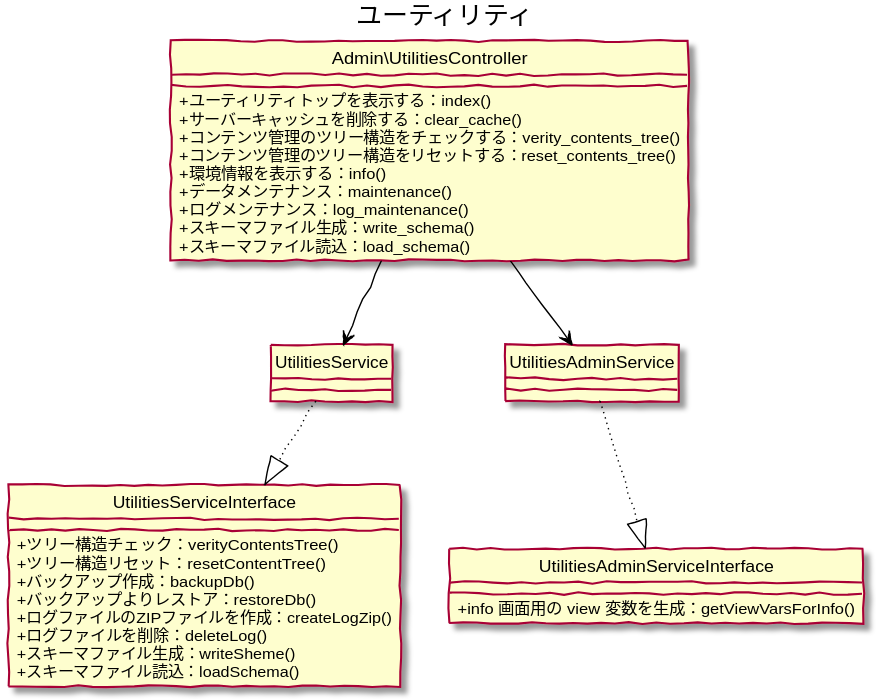
Above: 5/ucmitz/svg/class/manage_utilities.svg in baserproject/baserproject.github.io (PlantUML), before the change. Its source is kept beside it as src/puml/5/ucmitz/svg/class/manage_utilities.puml. The source it was exported from:
```plantuml
@startuml
skinparam handwritten true
skinparam backgroundColor white
hide circle
skinparam classAttributeIconSize 0

title ユーティリティ

class Admin\UtilitiesController {
	+ ユーティリティトップを表示する：index()
	+ サーバーキャッシュを削除する：clear_cache()
	+ コンテンツ管理のツリー構造をチェックする：verity_contents_tree()
	+ コンテンツ管理のツリー構造をリセットする：reset_contents_tree()
	+ 環境情報を表示する：info()
	+ データメンテナンス：maintenance()
	+ ログメンテナンス：log_maintenance()
	+ スキーマファイル生成：write_schema()
	+ スキーマファイル読込：load_schema()
}

class UtilitiesService {
}

class UtilitiesServiceInterface {
	+ ツリー構造チェック：verityContentsTree()
	+ ツリー構造リセット：resetContentTree()
	+ バックアップ作成：backupDb()
	+ バックアップよりレストア：restoreDb()
	+ ログファイルのZIPファイルを作成：createLogZip()
	+ ログファイルを削除：deleteLog()
	+ スキーマファイル生成：writeSheme()
	+ スキーマファイル読込：loadSchema()
}

class UtilitiesAdminService {
}

class UtilitiesAdminServiceInterface {
	+ info 画面用の view 変数を生成：getViewVarsForInfo()
}

Admin\UtilitiesController -down[#Black]-> UtilitiesService
Admin\UtilitiesController -down[#Black]-> UtilitiesAdminService
UtilitiesService -down[dotted,#Black]-|> UtilitiesServiceInterface
UtilitiesAdminService -down[dotted,#Black]-|> UtilitiesAdminServiceInterface

@enduml
```
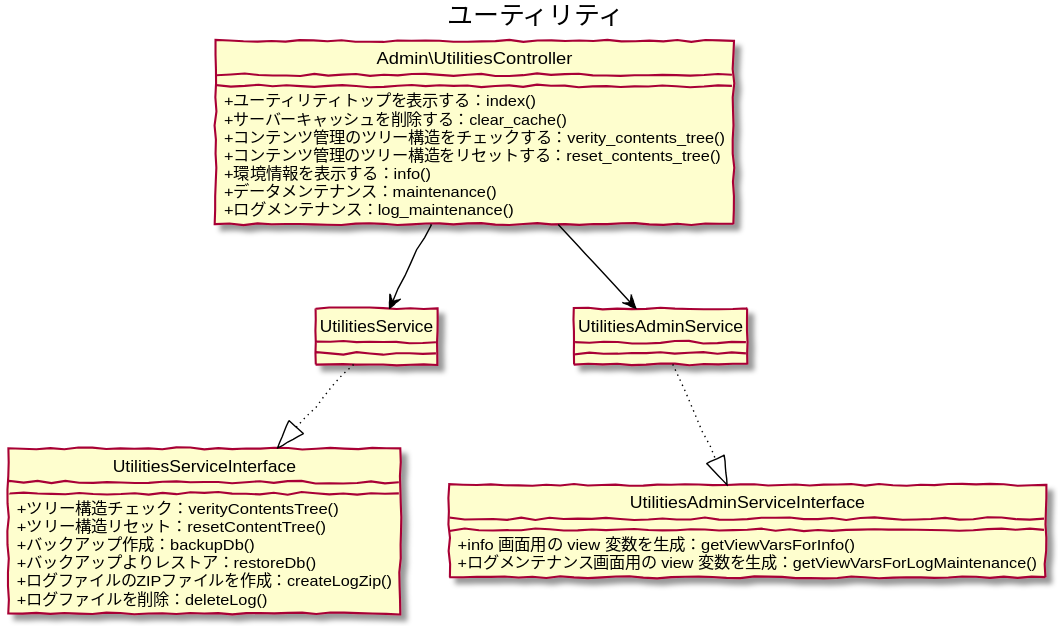
The same file after the commit.

What changed in the source:
```diff
@@ -14,8 +14,6 @@
 	+ 環境情報を表示する：info()
 	+ データメンテナンス：maintenance()
 	+ ログメンテナンス：log_maintenance()
-	+ スキーマファイル生成：write_schema()
-	+ スキーマファイル読込：load_schema()
 }
 
 class UtilitiesService {
@@ -28,8 +26,6 @@
 	+ バックアップよりレストア：restoreDb()
 	+ ログファイルのZIPファイルを作成：createLogZip()
 	+ ログファイルを削除：deleteLog()
-	+ スキーマファイル生成：writeSheme()
-	+ スキーマファイル読込：loadSchema()
 }
 
 class UtilitiesAdminService {
@@ -37,6 +33,7 @@
 
 class UtilitiesAdminServiceInterface {
 	+ info 画面用の view 変数を生成：getViewVarsForInfo()
+	+ ログメンテナンス画面用の view 変数を生成：getViewVarsForLogMaintenance()
 }
 
 Admin\UtilitiesController -down[#Black]-> UtilitiesService
```
